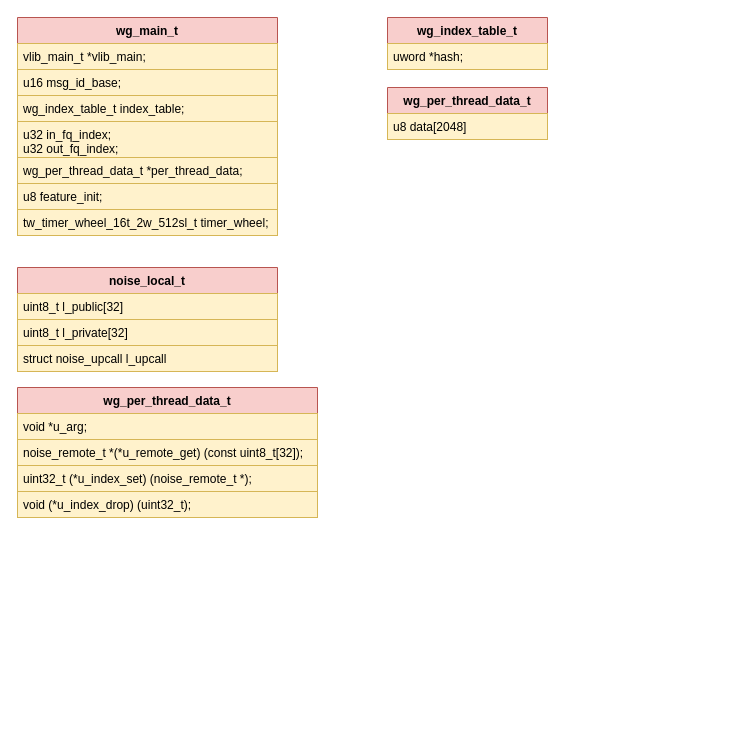
Above: new_map/wireguard.drawio in jin13417/dpdk-vpp-learning (draw.io), before the change. Source tidied: cells renumbered, new cells numbered last; positions are measured from the earlier drawing's top-left corner, leaving out a move shared by most shapes. Both pictures are drawn from the tidied source at 100%, with x=0, y=0 at pixel (17, 17).
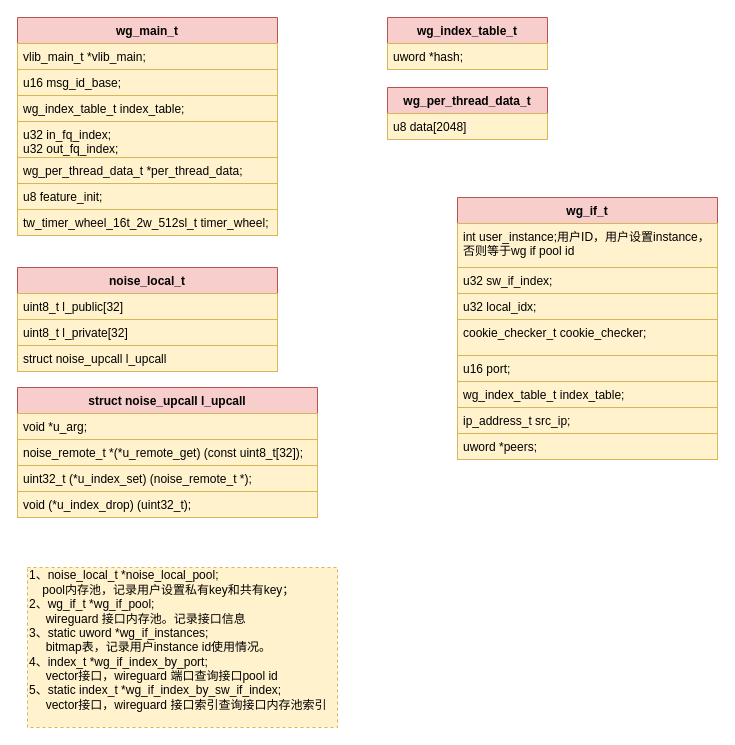
After the change.

Change to the diagram source:
```diff
@@
-    <mxCell id="18" value="wg_per_thread_data_t" style="swimlane;fontStyle=1;align=center;verticalAlign=top;horizontal=1;startSize=26;fillColor=#f8cecc;strokeColor=#b85450;" parent="1" vertex="1">
+    <mxCell id="18" value="struct noise_upcall l_upcall" style="swimlane;fontStyle=1;align=center;verticalAlign=top;horizontal=1;startSize=26;fillColor=#f8cecc;strokeColor=#b85450;" parent="1" vertex="1">
       <mxGeometry y="370" width="300" height="130" as="geometry" />
     </mxCell>
@@
+    <mxCell id="23" value="wg_if_t" style="swimlane;fontStyle=1;align=center;verticalAlign=top;horizontal=1;startSize=26;fillColor=#f8cecc;strokeColor=#b85450;" parent="1" vertex="1">
+      <mxGeometry x="440" y="180" width="260" height="262" as="geometry" />
+    </mxCell>
+    <mxCell id="24" value="int user_instance;用户ID，用户设置instance，&#10;否则等于wg if pool id" style="text;strokeColor=#d6b656;fillColor=#fff2cc;align=left;verticalAlign=top;spacingLeft=4;spacingRight=4;overflow=hidden;" parent="23" vertex="1">
+      <mxGeometry y="26" width="260" height="44" as="geometry" />
+    </mxCell>
+    <mxCell id="25" value="u32 sw_if_index;" style="text;strokeColor=#d6b656;fillColor=#fff2cc;align=left;verticalAlign=top;spacingLeft=4;spacingRight=4;overflow=hidden;" parent="23" vertex="1">
+      <mxGeometry y="70" width="260" height="26" as="geometry" />
+    </mxCell>
+    <mxCell id="26" value="u32 local_idx;" style="text;strokeColor=#d6b656;fillColor=#fff2cc;align=left;verticalAlign=top;spacingLeft=4;spacingRight=4;overflow=hidden;" parent="23" vertex="1">
+      <mxGeometry y="96" width="260" height="26" as="geometry" />
+    </mxCell>
+    <mxCell id="27" value="cookie_checker_t cookie_checker;" style="text;strokeColor=#d6b656;fillColor=#fff2cc;align=left;verticalAlign=top;spacingLeft=4;spacingRight=4;overflow=hidden;" parent="23" vertex="1">
+      <mxGeometry y="122" width="260" height="36" as="geometry" />
+    </mxCell>
+    <mxCell id="28" value="u16 port;" style="text;strokeColor=#d6b656;fillColor=#fff2cc;align=left;verticalAlign=top;spacingLeft=4;spacingRight=4;overflow=hidden;" parent="23" vertex="1">
+      <mxGeometry y="158" width="260" height="26" as="geometry" />
+    </mxCell>
+    <mxCell id="29" value="wg_index_table_t index_table;" style="text;strokeColor=#d6b656;fillColor=#fff2cc;align=left;verticalAlign=top;spacingLeft=4;spacingRight=4;overflow=hidden;" parent="23" vertex="1">
+      <mxGeometry y="184" width="260" height="26" as="geometry" />
+    </mxCell>
+    <mxCell id="30" value="ip_address_t src_ip;" style="text;strokeColor=#d6b656;fillColor=#fff2cc;align=left;verticalAlign=top;spacingLeft=4;spacingRight=4;overflow=hidden;" parent="23" vertex="1">
+      <mxGeometry y="210" width="260" height="26" as="geometry" />
+    </mxCell>
+    <mxCell id="31" value="uword *peers;" style="text;strokeColor=#d6b656;fillColor=#fff2cc;align=left;verticalAlign=top;spacingLeft=4;spacingRight=4;overflow=hidden;" parent="23" vertex="1">
+      <mxGeometry y="236" width="260" height="26" as="geometry" />
+    </mxCell>
+    <mxCell id="32" value="1、noise_local_t *noise_local_pool;&amp;nbsp; &lt;br&gt;&amp;nbsp; &amp;nbsp; pool内存池，记录用户设置私有key和共有key；&lt;br&gt;&lt;div&gt;&lt;span&gt;2、&lt;/span&gt;&lt;span&gt;wg_if_t *wg_if_pool;&lt;/span&gt;&lt;/div&gt;&lt;div&gt;&lt;span&gt;&amp;nbsp; &amp;nbsp; &amp;nbsp;wireguard 接口内存池。记录接口信息&lt;/span&gt;&lt;/div&gt;3、static uword *wg_if_instances;&lt;br&gt;&amp;nbsp; &amp;nbsp; &amp;nbsp;bitmap表，记录用户instance id使用情况。&lt;br&gt;4、index_t *wg_if_index_by_port;&lt;br&gt;&amp;nbsp; &amp;nbsp; &amp;nbsp;vector接口，wireguard 端口查询接口pool id&lt;br&gt;5、static index_t *wg_if_index_by_sw_if_index;&lt;br&gt;&amp;nbsp; &amp;nbsp; &amp;nbsp;vector接口，wireguard 接口索引查询接口内存池索引&lt;br&gt;&amp;nbsp; &amp;nbsp; &amp;nbsp;" style="text;html=1;align=left;verticalAlign=middle;strokeColor=#d6b656;fillColor=#fff2cc;dashed=1;" parent="1" vertex="1">
+      <mxGeometry x="10" y="550" width="310" height="160" as="geometry" />
+    </mxCell>
```
